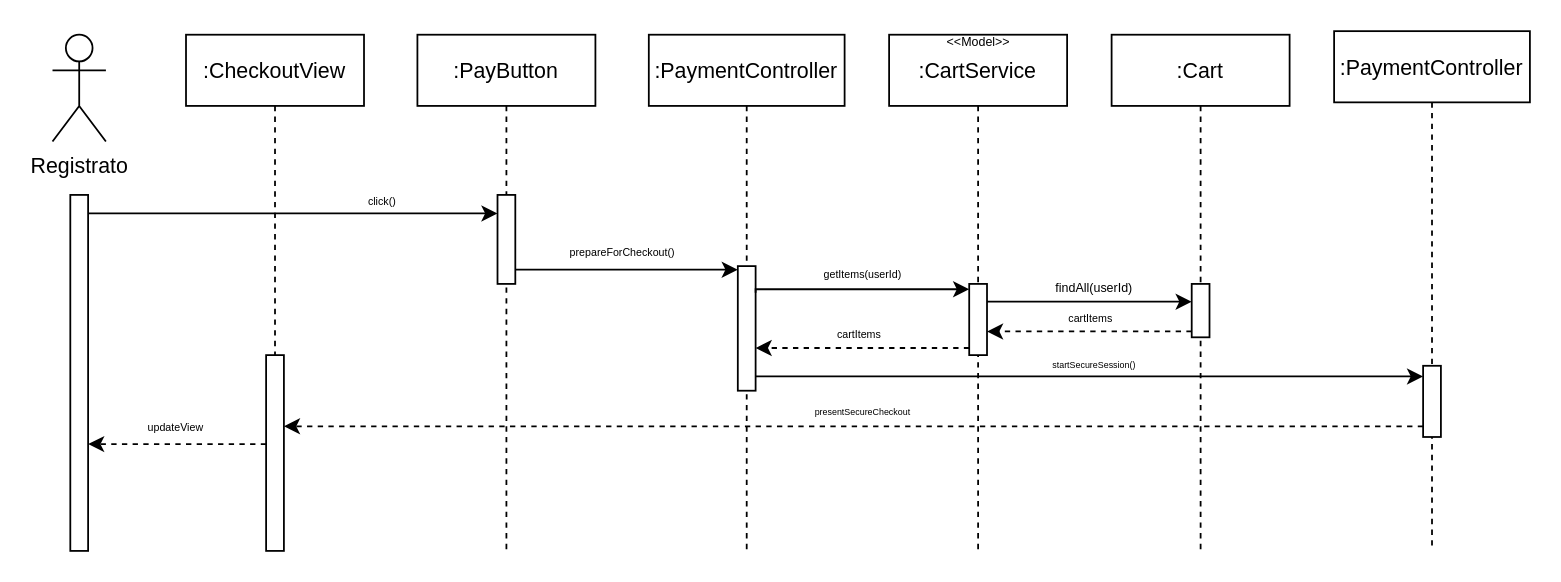
Earlier version of the draw.io diagram page "GoToCheckout" (4 of 4) of Docs/Requirements Analysis/Diagrams/Sequence Diagrams/Carrello/Winer.Cart.drawio (Gprisco/winer-unisa). Source tidied: cells renumbered, new cells numbered last; positions are measured from the earlier drawing's top-left corner, leaving out a move shared by most shapes. Both pictures are drawn from the tidied source at 178%, with x=0, y=0 at pixel (52, 30).
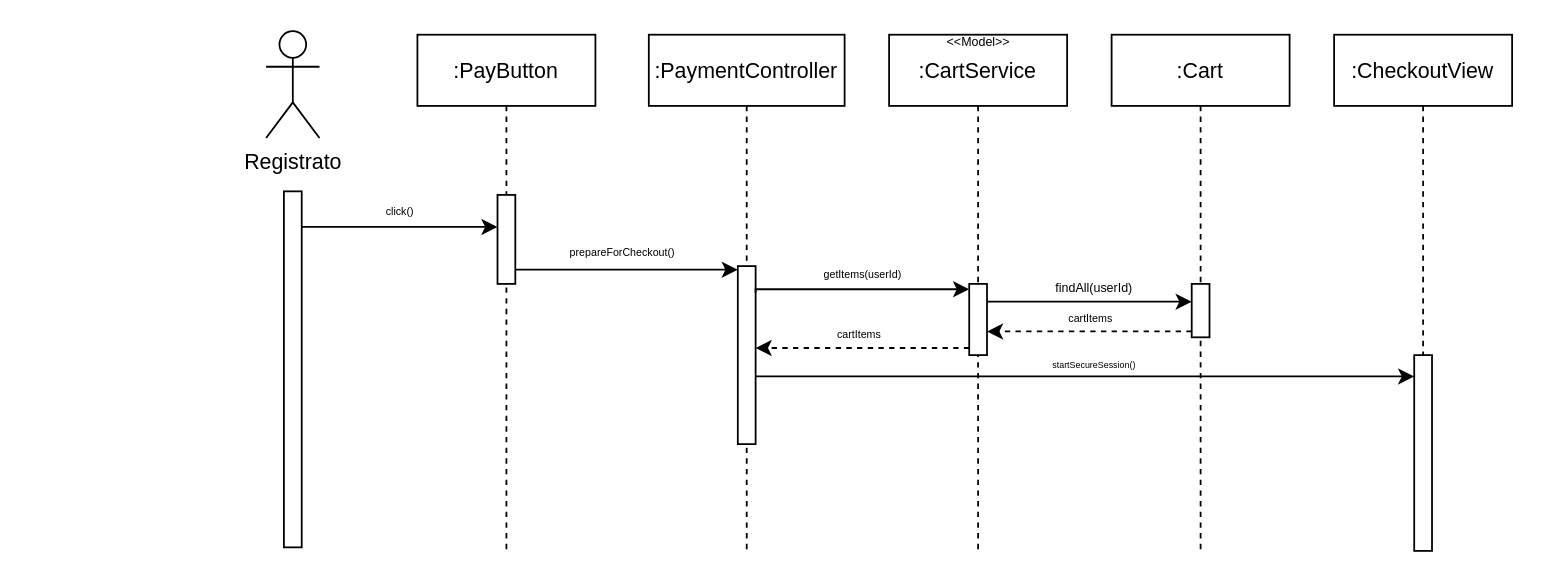
The same page after the edit.

Unchanged cells that the change refers to:
```xml
<mxCell id="3" style="points=[];perimeter=orthogonalPerimeter;rounded=0;shadow=0;strokeWidth=1;" parent="2" vertex="1">
  <mxGeometry x="45" y="90" width="10" height="50" as="geometry" />
</mxCell>
<mxCell id="6" value=":PaymentController" style="shape=umlLifeline;perimeter=lifelinePerimeter;rounded=0;shadow=0;strokeWidth=1;" parent="1" vertex="1">
  <mxGeometry x="335" y="2" width="110" height="290" as="geometry" />
</mxCell>
<mxCell id="26" style="points=[];perimeter=orthogonalPerimeter;rounded=0;shadow=0;strokeWidth=1;" parent="25" vertex="1">
  <mxGeometry x="45" y="180" width="10" height="110" as="geometry" />
</mxCell>
```

The edit, as a diff of the source:
```diff
@@
     <mxCell id="4" value="Registrato" style="shape=umlActor;verticalLabelPosition=bottom;verticalAlign=top;html=1;" parent="1" vertex="1">
-      <mxGeometry y="2" width="30" height="60" as="geometry" />
+      <mxGeometry x="120" width="30" height="60" as="geometry" />
     </mxCell>
+    <mxCell id="35" style="edgeStyle=orthogonalEdgeStyle;rounded=0;jettySize=auto;html=1;" parent="1" edge="1" source="5" target="3">
+      <mxGeometry relative="1" as="geometry">
+        <Array as="points">
+          <mxPoint x="220" y="110" />
+          <mxPoint x="220" y="110" />
+        </Array>
+      </mxGeometry>
+    </mxCell>
     <mxCell id="5" style="points=[];perimeter=orthogonalPerimeter;rounded=0;shadow=0;strokeWidth=1;" parent="1" vertex="1">
-      <mxGeometry x="10" y="92" width="10" height="200" as="geometry" />
+      <mxGeometry x="130" y="90" width="10" height="200" as="geometry" />
     </mxCell>
@@
     <mxCell id="7" style="perimeter=orthogonalPerimeter;rounded=0;shadow=0;strokeWidth=1;" parent="6" vertex="1">
-      <mxGeometry x="50" y="130" width="10" height="70" as="geometry" />
+      <mxGeometry x="50" y="130" width="10" height="100" as="geometry" />
     </mxCell>
@@
     <mxCell id="13" value="click()" style="text;html=1;align=center;verticalAlign=middle;strokeColor=none;fillColor=none;fontSize=6;" parent="1" vertex="1">
-      <mxGeometry x="170" y="91" width="30" height="10" as="geometry" />
+      <mxGeometry x="180" y="97" width="30" height="10" as="geometry" />
     </mxCell>
-    <mxCell id="14" style="edgeStyle=orthogonalEdgeStyle;rounded=0;orthogonalLoop=1;jettySize=auto;html=1;" parent="1" edge="1">
-      <mxGeometry relative="1" as="geometry">
-        <mxPoint x="20" y="102.4" as="sourcePoint" />
-        <mxPoint x="250" y="102.4" as="targetPoint" />
-        <Array as="points">
-          <mxPoint x="195" y="102" />
-          <mxPoint x="195" y="102" />
-        </Array>
-      </mxGeometry>
-    </mxCell>
@@
     <mxCell id="25" value=":CheckoutView" style="shape=umlLifeline;perimeter=lifelinePerimeter;rounded=0;shadow=0;strokeWidth=1;" parent="1" vertex="1">
-      <mxGeometry x="75" y="2" width="100" height="290" as="geometry" />
+      <mxGeometry x="720" y="2" width="100" height="290" as="geometry" />
     </mxCell>
@@
-    <mxCell id="27" style="edgeStyle=orthogonalEdgeStyle;rounded=0;orthogonalLoop=1;jettySize=auto;html=1;dashed=1;" parent="25" edge="1">
-      <mxGeometry relative="1" as="geometry">
-        <mxPoint x="45" y="230" as="sourcePoint" />
-        <mxPoint x="-55" y="230" as="targetPoint" />
-        <Array as="points">
-          <mxPoint x="-55" y="230" />
-        </Array>
-      </mxGeometry>
-    </mxCell>
-    <mxCell id="28" value="updateView" style="text;html=1;align=center;verticalAlign=middle;strokeColor=none;fillColor=none;fontSize=6;" parent="1" vertex="1">
-      <mxGeometry x="44" y="218" width="50" height="10" as="geometry" />
-    </mxCell>
-    <mxCell id="29" value=":PaymentController" style="shape=umlLifeline;perimeter=lifelinePerimeter;rounded=0;shadow=0;strokeWidth=1;" parent="1" vertex="1">
-      <mxGeometry x="720" width="110" height="290" as="geometry" />
-    </mxCell>
-    <mxCell id="30" style="points=[];perimeter=orthogonalPerimeter;rounded=0;shadow=0;strokeWidth=1;" parent="29" vertex="1">
-      <mxGeometry x="50" y="188" width="10" height="40" as="geometry" />
-    </mxCell>
-    <mxCell id="31" style="edgeStyle=orthogonalEdgeStyle;rounded=0;jettySize=auto;html=1;fontSize=5;" parent="1" edge="1" target="30">
+    <mxCell id="31" style="edgeStyle=orthogonalEdgeStyle;rounded=0;jettySize=auto;html=1;fontSize=5;" parent="1" edge="1" target="26">
       <mxGeometry relative="1" as="geometry">
         <mxPoint x="395" y="194" as="sourcePoint" />
         <Array as="points">
-          <mxPoint x="670" y="194" />
-          <mxPoint x="670" y="194" />
+          <mxPoint x="680" y="194" />
+          <mxPoint x="680" y="194" />
         </Array>
       </mxGeometry>
     </mxCell>
@@
-    <mxCell id="33" style="edgeStyle=orthogonalEdgeStyle;rounded=0;jettySize=auto;html=1;fontSize=5;dashed=1;" parent="1" edge="1" source="30" target="26">
-      <mxGeometry relative="1" as="geometry">
-        <Array as="points">
-          <mxPoint x="450" y="222" />
-          <mxPoint x="450" y="222" />
-        </Array>
-      </mxGeometry>
-    </mxCell>
-    <mxCell id="34" value="presentSecureCheckout" style="text;html=1;align=center;verticalAlign=middle;strokeColor=none;fillColor=none;fontSize=5;" parent="1" vertex="1">
-      <mxGeometry x="420" y="208" width="70" height="10" as="geometry" />
-    </mxCell>
```
